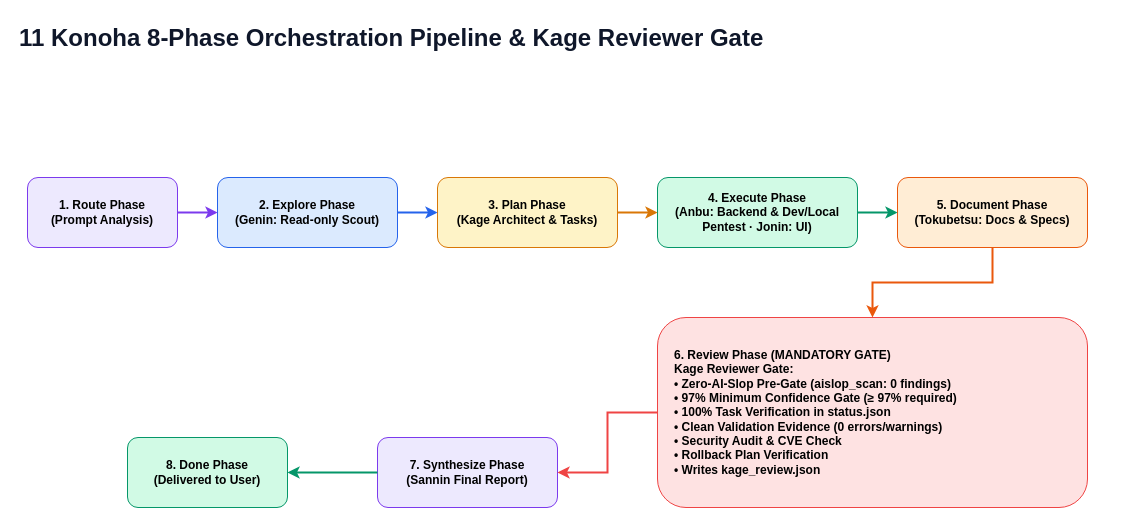
andycungkrinx91/konoha keeps this draw.io diagram as page "11 Kage Pre-Delivery Reviewer Workflow Gate" (11 of 12) of docs/diagrams/konoha-architecture.drawio. Above is the earlier version. Source tidied: cells renumbered, new cells numbered last; positions are measured from the earlier drawing's top-left corner, leaving out a move shared by most shapes. Both pictures are drawn from the tidied source at 100%, with x=0, y=0 at pixel (17, 17).
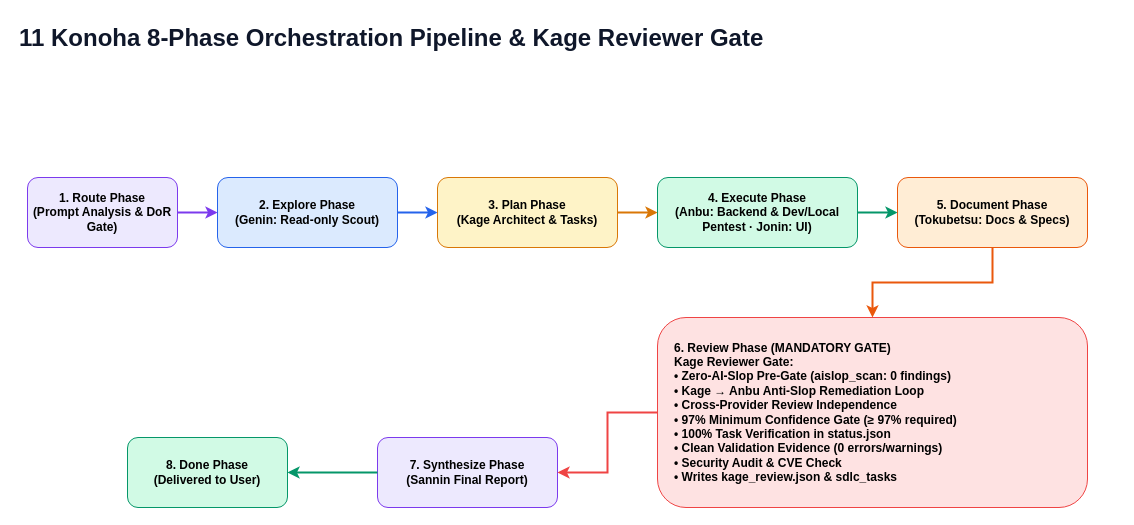
Above is the later version.

Diff of the diagram source:
```diff
@@
 <mxGraphModel>
   <root>
     <mxCell id="0" />
     <mxCell id="1" parent="0" />
     <mxCell id="2" value="11 Konoha 8-Phase Orchestration Pipeline &amp; Kage Reviewer Gate" style="text;html=1;strokeColor=none;fillColor=none;fontColor=#0f172a;fontSize=24;fontStyle=1;align=left;" parent="1" vertex="1">
       <mxGeometry width="1100" height="40" as="geometry" />
     </mxCell>
-    <mxCell id="3" value="1. Route Phase&#10;(Prompt Analysis)" style="rounded=1;html=1;whiteSpace=wrap;fillColor=#ede9fe;strokeColor=#7c3aed;fontStyle=1;align=center;" parent="1" vertex="1">
+    <mxCell id="3" value="1. Route Phase&#10;(Prompt Analysis &amp; DoR Gate)" style="rounded=1;html=1;whiteSpace=wrap;fillColor=#ede9fe;strokeColor=#7c3aed;fontStyle=1;align=center;" parent="1" vertex="1">
       <mxGeometry x="10" y="160" width="150" height="70" as="geometry" />
     </mxCell>
     <mxCell id="4" value="2. Explore Phase&#10;(Genin: Read-only Scout)" style="rounded=1;html=1;whiteSpace=wrap;fillColor=#dbeafe;strokeColor=#2563eb;fontStyle=1;align=center;" parent="1" vertex="1">
       <mxGeometry x="200" y="160" width="180" height="70" as="geometry" />
     </mxCell>
     <mxCell id="5" value="3. Plan Phase&#10;(Kage Architect &amp; Tasks)" style="rounded=1;html=1;whiteSpace=wrap;fillColor=#fef3c7;strokeColor=#d97706;fontStyle=1;align=center;" parent="1" vertex="1">
       <mxGeometry x="420" y="160" width="180" height="70" as="geometry" />
     </mxCell>
     <mxCell id="6" value="4. Execute Phase&#10;(Anbu: Backend &amp; Dev/Local Pentest · Jonin: UI)" style="rounded=1;html=1;whiteSpace=wrap;fillColor=#d1fae5;strokeColor=#059669;fontStyle=1;align=center;" parent="1" vertex="1">
       <mxGeometry x="640" y="160" width="200" height="70" as="geometry" />
     </mxCell>
     <mxCell id="7" value="5. Document Phase&#10;(Tokubetsu: Docs &amp; Specs)" style="rounded=1;html=1;whiteSpace=wrap;fillColor=#ffedd5;strokeColor=#ea580c;fontStyle=1;align=center;" parent="1" vertex="1">
       <mxGeometry x="880" y="160" width="190" height="70" as="geometry" />
     </mxCell>
-    <mxCell id="8" value="6. Review Phase (MANDATORY GATE)&#10;Kage Reviewer Gate:&#10;• Zero-AI-Slop Pre-Gate (aislop_scan: 0 findings)&#10;• 97% Minimum Confidence Gate (≥ 97% required)&#10;• 100% Task Verification in status.json&#10;• Clean Validation Evidence (0 errors/warnings)&#10;• Security Audit &amp; CVE Check&#10;• Rollback Plan Verification&#10;• Writes kage_review.json" style="rounded=1;html=1;whiteSpace=wrap;fillColor=#fee2e2;strokeColor=#ef4444;fontStyle=1;align=left;spacingLeft=15;" parent="1" vertex="1">
+    <mxCell id="8" value="6. Review Phase (MANDATORY GATE)&#10;Kage Reviewer Gate:&#10;• Zero-AI-Slop Pre-Gate (aislop_scan: 0 findings)&#10;• Kage → Anbu Anti-Slop Remediation Loop&#10;• Cross-Provider Review Independence&#10;• 97% Minimum Confidence Gate (≥ 97% required)&#10;• 100% Task Verification in status.json&#10;• Clean Validation Evidence (0 errors/warnings)&#10;• Security Audit &amp; CVE Check&#10;• Writes kage_review.json &amp; sdlc_tasks" style="rounded=1;html=1;whiteSpace=wrap;fillColor=#fee2e2;strokeColor=#ef4444;fontStyle=1;align=left;spacingLeft=15;" parent="1" vertex="1">
       <mxGeometry x="640" y="300" width="430" height="190" as="geometry" />
     </mxCell>
     <mxCell id="9" value="7. Synthesize Phase&#10;(Sannin Final Report)" style="rounded=1;html=1;whiteSpace=wrap;fillColor=#ede9fe;strokeColor=#7c3aed;fontStyle=1;align=center;" parent="1" vertex="1">
       <mxGeometry x="360" y="420" width="180" height="70" as="geometry" />
     </mxCell>
     <mxCell id="10" value="8. Done Phase&#10;(Delivered to User)" style="rounded=1;html=1;whiteSpace=wrap;fillColor=#d1fae5;strokeColor=#059669;fontStyle=1;align=center;" parent="1" vertex="1">
       <mxGeometry x="110" y="420" width="160" height="70" as="geometry" />
     </mxCell>
     <mxCell id="11" style="edgeStyle=orthogonalEdgeStyle;rounded=0;html=1;strokeColor=#7c3aed;strokeWidth=2;" parent="1" edge="1" source="3" target="4">
       <mxGeometry relative="1" as="geometry" />
     </mxCell>
     <mxCell id="12" style="edgeStyle=orthogonalEdgeStyle;rounded=0;html=1;strokeColor=#2563eb;strokeWidth=2;" parent="1" edge="1" source="4" target="5">
       <mxGeometry relative="1" as="geometry" />
     </mxCell>
     <mxCell id="13" style="edgeStyle=orthogonalEdgeStyle;rounded=0;html=1;strokeColor=#d97706;strokeWidth=2;" parent="1" edge="1" source="5" target="6">
       <mxGeometry relative="1" as="geometry" />
     </mxCell>
     <mxCell id="14" style="edgeStyle=orthogonalEdgeStyle;rounded=0;html=1;strokeColor=#059669;strokeWidth=2;" parent="1" edge="1" source="6" target="7">
       <mxGeometry relative="1" as="geometry" />
     </mxCell>
     <mxCell id="15" style="edgeStyle=orthogonalEdgeStyle;rounded=0;html=1;strokeColor=#ea580c;strokeWidth=2;" parent="1" edge="1" source="7" target="8">
       <mxGeometry relative="1" as="geometry" />
     </mxCell>
     <mxCell id="16" style="edgeStyle=orthogonalEdgeStyle;rounded=0;html=1;strokeColor=#ef4444;strokeWidth=2;" parent="1" edge="1" source="8" target="9">
       <mxGeometry relative="1" as="geometry" />
     </mxCell>
     <mxCell id="17" style="edgeStyle=orthogonalEdgeStyle;rounded=0;html=1;strokeColor=#059669;strokeWidth=2;" parent="1" edge="1" source="9" target="10">
       <mxGeometry relative="1" as="geometry" />
     </mxCell>
   </root>
 </mxGraphModel>
```
